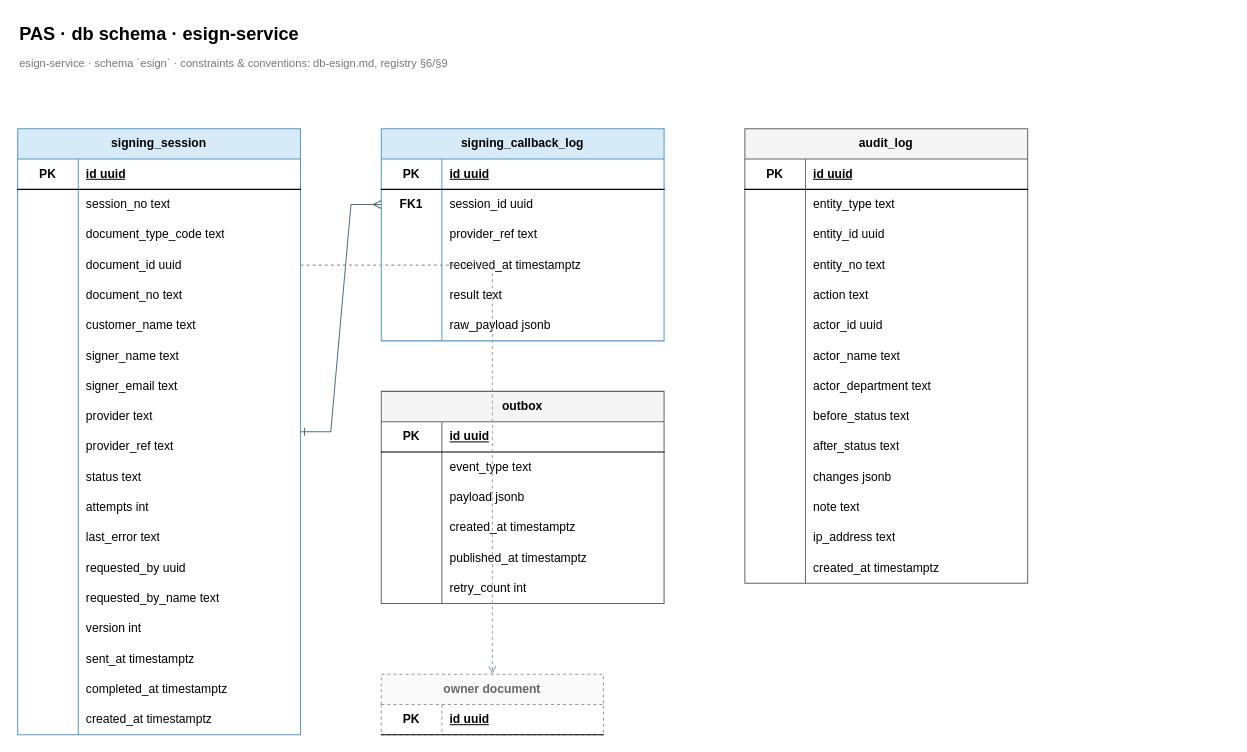
luinor223/pas keeps this draw.io diagram as docs/design/db/db-esign.drawio. Above is the earlier version. Source tidied: cells renumbered, new cells numbered last; positions are measured from the earlier drawing's top-left corner, leaving out a move shared by most shapes. Both pictures are drawn from the tidied source at 101%, with x=0, y=0 at pixel (17, 17).
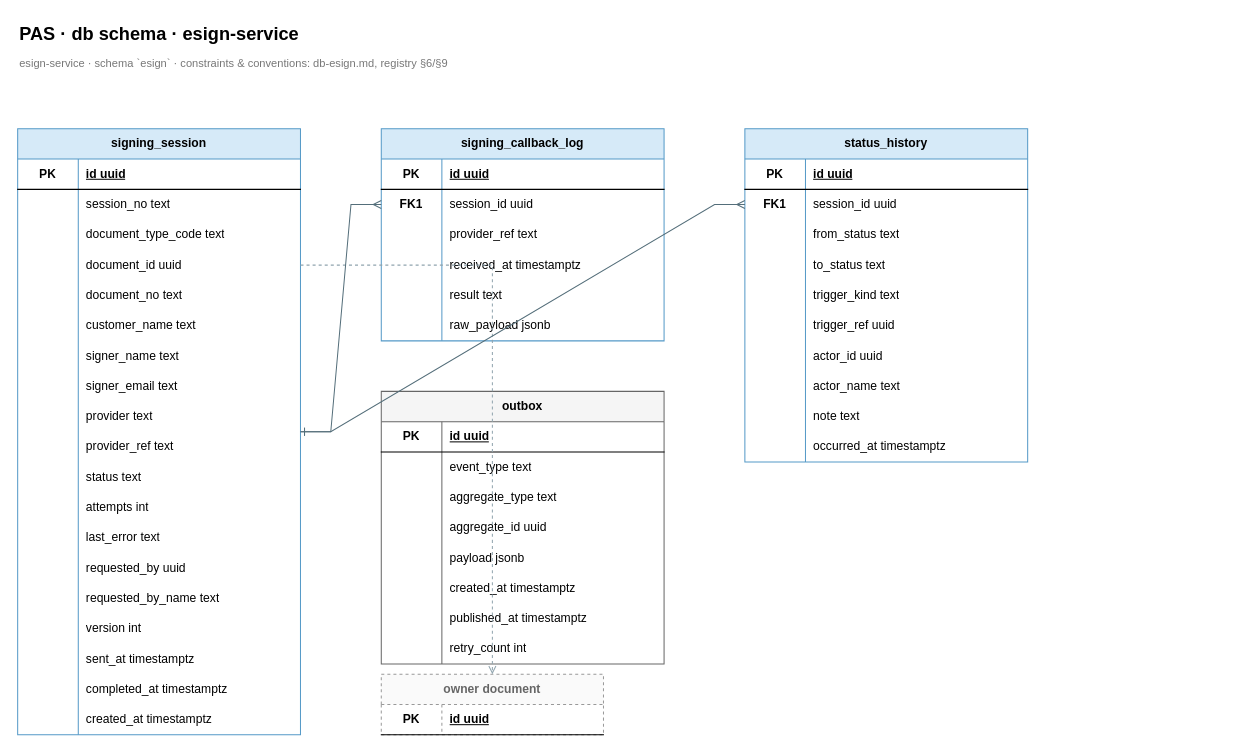
The same page after the edit.

The change refers to these unchanged cells:
```xml
<mxCell id="4" value="signing_session" style="shape=table;startSize=30;childLayout=tableLayout;rowLines=0;fontStyle=1;align=center;html=1;whiteSpace=wrap;fillColor=#d6eaf8;strokeColor=#5499c7;" parent="1" vertex="1">
  <mxGeometry y="110" width="280" height="600" as="geometry" />
</mxCell>
<mxCell id="88" style="shape=tableRow;horizontal=0;startSize=0;swimlaneHead=0;swimlaneBody=0;fillColor=none;top=0;left=0;right=0;bottom=0;html=1;" parent="81" vertex="1">
  <mxGeometry y="90" width="280" height="30" as="geometry" />
</mxCell>
<mxCell id="91" style="shape=tableRow;horizontal=0;startSize=0;swimlaneHead=0;swimlaneBody=0;fillColor=none;top=0;left=0;right=0;bottom=0;html=1;" parent="81" vertex="1">
  <mxGeometry y="120" width="280" height="30" as="geometry" />
</mxCell>
<mxCell id="94" style="shape=tableRow;horizontal=0;startSize=0;swimlaneHead=0;swimlaneBody=0;fillColor=none;top=0;left=0;right=0;bottom=0;html=1;" parent="81" vertex="1">
  <mxGeometry y="150" width="280" height="30" as="geometry" />
</mxCell>
<mxCell id="97" style="shape=tableRow;horizontal=0;startSize=0;swimlaneHead=0;swimlaneBody=0;fillColor=none;top=0;left=0;right=0;bottom=0;html=1;" parent="81" vertex="1">
  <mxGeometry y="180" width="280" height="30" as="geometry" />
</mxCell>
```

Diff of the diagram source:
```diff
@@
     <mxCell id="81" value="outbox" style="shape=table;startSize=30;childLayout=tableLayout;rowLines=0;fontStyle=1;align=center;html=1;whiteSpace=wrap;fillColor=#f5f5f5;strokeColor=#666666;" parent="1" vertex="1">
-      <mxGeometry x="360" y="370" width="280" height="210" as="geometry" />
+      <mxGeometry x="360" y="370" width="280" height="270" as="geometry" />
     </mxCell>
@@
-    <mxCell id="90" value="payload jsonb" style="shape=partialRectangle;fillColor=none;top=0;left=0;bottom=0;right=0;align=left;spacingLeft=6;overflow=hidden;whiteSpace=wrap;html=1;" parent="88" vertex="1">
+    <mxCell id="90" value="aggregate_type text" style="shape=partialRectangle;fillColor=none;top=0;left=0;bottom=0;right=0;align=left;spacingLeft=6;overflow=hidden;whiteSpace=wrap;html=1;" parent="88" vertex="1">
       <mxGeometry x="60" width="220" height="30" as="geometry" />
     </mxCell>
@@
-    <mxCell id="93" value="created_at timestamptz" style="shape=partialRectangle;fillColor=none;top=0;left=0;bottom=0;right=0;align=left;spacingLeft=6;overflow=hidden;whiteSpace=wrap;html=1;" parent="91" vertex="1">
+    <mxCell id="93" value="aggregate_id uuid" style="shape=partialRectangle;fillColor=none;top=0;left=0;bottom=0;right=0;align=left;spacingLeft=6;overflow=hidden;whiteSpace=wrap;html=1;" parent="91" vertex="1">
       <mxGeometry x="60" width="220" height="30" as="geometry" />
     </mxCell>
@@
-    <mxCell id="96" value="published_at timestamptz" style="shape=partialRectangle;fillColor=none;top=0;left=0;bottom=0;right=0;align=left;spacingLeft=6;overflow=hidden;whiteSpace=wrap;html=1;" parent="94" vertex="1">
+    <mxCell id="96" value="payload jsonb" style="shape=partialRectangle;fillColor=none;top=0;left=0;bottom=0;right=0;align=left;spacingLeft=6;overflow=hidden;whiteSpace=wrap;html=1;" parent="94" vertex="1">
       <mxGeometry x="60" width="220" height="30" as="geometry" />
     </mxCell>
@@
-    <mxCell id="99" value="retry_count int" style="shape=partialRectangle;fillColor=none;top=0;left=0;bottom=0;right=0;align=left;spacingLeft=6;overflow=hidden;whiteSpace=wrap;html=1;" parent="97" vertex="1">
+    <mxCell id="99" value="created_at timestamptz" style="shape=partialRectangle;fillColor=none;top=0;left=0;bottom=0;right=0;align=left;spacingLeft=6;overflow=hidden;whiteSpace=wrap;html=1;" parent="97" vertex="1">
       <mxGeometry x="60" width="220" height="30" as="geometry" />
     </mxCell>
-    <mxCell id="100" value="audit_log" style="shape=table;startSize=30;childLayout=tableLayout;rowLines=0;fontStyle=1;align=center;html=1;whiteSpace=wrap;fillColor=#f5f5f5;strokeColor=#666666;" parent="1" vertex="1">
-      <mxGeometry x="720" y="110" width="280" height="450" as="geometry" />
-    </mxCell>
+    <mxCell id="149" style="shape=tableRow;horizontal=0;startSize=0;swimlaneHead=0;swimlaneBody=0;fillColor=none;top=0;left=0;right=0;bottom=0;html=1;" parent="81" vertex="1">
+      <mxGeometry y="210" width="280" height="30" as="geometry" />
+    </mxCell>
+    <mxCell id="150" style="shape=partialRectangle;fillColor=none;top=0;left=0;bottom=0;right=0;fontStyle=1;overflow=hidden;whiteSpace=wrap;html=1;" parent="149" vertex="1">
+      <mxGeometry width="60" height="30" as="geometry" />
+    </mxCell>
+    <mxCell id="151" value="published_at timestamptz" style="shape=partialRectangle;fillColor=none;top=0;left=0;bottom=0;right=0;align=left;spacingLeft=6;overflow=hidden;whiteSpace=wrap;html=1;" parent="149" vertex="1">
+      <mxGeometry x="60" width="220" height="30" as="geometry" />
+    </mxCell>
+    <mxCell id="152" style="shape=tableRow;horizontal=0;startSize=0;swimlaneHead=0;swimlaneBody=0;fillColor=none;top=0;left=0;right=0;bottom=0;html=1;" parent="81" vertex="1">
+      <mxGeometry y="240" width="280" height="30" as="geometry" />
+    </mxCell>
+    <mxCell id="153" style="shape=partialRectangle;fillColor=none;top=0;left=0;bottom=0;right=0;fontStyle=1;overflow=hidden;whiteSpace=wrap;html=1;" parent="152" vertex="1">
+      <mxGeometry width="60" height="30" as="geometry" />
+    </mxCell>
+    <mxCell id="154" value="retry_count int" style="shape=partialRectangle;fillColor=none;top=0;left=0;bottom=0;right=0;align=left;spacingLeft=6;overflow=hidden;whiteSpace=wrap;html=1;" parent="152" vertex="1">
+      <mxGeometry x="60" width="220" height="30" as="geometry" />
+    </mxCell>
+    <mxCell id="155" value="status_history" style="shape=table;startSize=30;childLayout=tableLayout;rowLines=0;fontStyle=1;align=center;html=1;whiteSpace=wrap;fillColor=#d6eaf8;strokeColor=#5499c7;" parent="1" vertex="1">
+      <mxGeometry x="720" y="110" width="280" height="330" as="geometry" />
+    </mxCell>
-    <mxCell id="101" style="shape=tableRow;horizontal=0;startSize=0;swimlaneHead=0;swimlaneBody=0;fillColor=none;top=0;left=0;right=0;bottom=1;html=1;" parent="100" vertex="1">
+    <mxCell id="101" style="shape=tableRow;horizontal=0;startSize=0;swimlaneHead=0;swimlaneBody=0;fillColor=none;top=0;left=0;right=0;bottom=1;html=1;" parent="155" vertex="1">
       <mxGeometry y="30" width="280" height="30" as="geometry" />
     </mxCell>
@@
-    <mxCell id="104" style="shape=tableRow;horizontal=0;startSize=0;swimlaneHead=0;swimlaneBody=0;fillColor=none;points=[[0,0.5],[1,0.5]];portConstraint=eastwest;top=0;left=0;right=0;bottom=0;html=1;" parent="100" vertex="1">
+    <mxCell id="104" style="shape=tableRow;horizontal=0;startSize=0;swimlaneHead=0;swimlaneBody=0;fillColor=none;points=[[0,0.5],[1,0.5]];portConstraint=eastwest;top=0;left=0;right=0;bottom=0;html=1;" parent="155" vertex="1">
       <mxGeometry y="60" width="280" height="30" as="geometry" />
     </mxCell>
-    <mxCell id="105" style="shape=partialRectangle;fillColor=none;top=0;left=0;bottom=0;right=0;fontStyle=1;overflow=hidden;whiteSpace=wrap;html=1;" parent="104" vertex="1">
-      <mxGeometry width="60" height="30" as="geometry" />
-    </mxCell>
-    <mxCell id="106" value="entity_type text" style="shape=partialRectangle;fillColor=none;top=0;left=0;bottom=0;right=0;align=left;spacingLeft=6;overflow=hidden;whiteSpace=wrap;html=1;" parent="104" vertex="1">
-      <mxGeometry x="60" width="220" height="30" as="geometry" />
-    </mxCell>
+    <mxCell id="156" value="FK1" style="shape=partialRectangle;fillColor=none;top=0;left=0;bottom=0;right=0;fontStyle=1;overflow=hidden;whiteSpace=wrap;html=1;" parent="104" vertex="1">
+      <mxGeometry width="60" height="30" as="geometry" />
+    </mxCell>
+    <mxCell id="157" value="session_id uuid" style="shape=partialRectangle;fillColor=none;top=0;left=0;bottom=0;right=0;align=left;spacingLeft=6;overflow=hidden;whiteSpace=wrap;html=1;" parent="104" vertex="1">
+      <mxGeometry x="60" width="220" height="30" as="geometry" />
+    </mxCell>
-    <mxCell id="107" style="shape=tableRow;horizontal=0;startSize=0;swimlaneHead=0;swimlaneBody=0;fillColor=none;top=0;left=0;right=0;bottom=0;html=1;" parent="100" vertex="1">
+    <mxCell id="107" style="shape=tableRow;horizontal=0;startSize=0;swimlaneHead=0;swimlaneBody=0;fillColor=none;top=0;left=0;right=0;bottom=0;html=1;" parent="155" vertex="1">
       <mxGeometry y="90" width="280" height="30" as="geometry" />
     </mxCell>
-    <mxCell id="108" style="shape=partialRectangle;fillColor=none;top=0;left=0;bottom=0;right=0;fontStyle=1;overflow=hidden;whiteSpace=wrap;html=1;" parent="107" vertex="1">
-      <mxGeometry width="60" height="30" as="geometry" />
-    </mxCell>
-    <mxCell id="109" value="entity_id uuid" style="shape=partialRectangle;fillColor=none;top=0;left=0;bottom=0;right=0;align=left;spacingLeft=6;overflow=hidden;whiteSpace=wrap;html=1;" parent="107" vertex="1">
-      <mxGeometry x="60" width="220" height="30" as="geometry" />
-    </mxCell>
+    <mxCell id="158" style="shape=partialRectangle;fillColor=none;top=0;left=0;bottom=0;right=0;fontStyle=1;overflow=hidden;whiteSpace=wrap;html=1;" parent="107" vertex="1">
+      <mxGeometry width="60" height="30" as="geometry" />
+    </mxCell>
+    <mxCell id="159" value="from_status text" style="shape=partialRectangle;fillColor=none;top=0;left=0;bottom=0;right=0;align=left;spacingLeft=6;overflow=hidden;whiteSpace=wrap;html=1;" parent="107" vertex="1">
+      <mxGeometry x="60" width="220" height="30" as="geometry" />
+    </mxCell>
-    <mxCell id="110" style="shape=tableRow;horizontal=0;startSize=0;swimlaneHead=0;swimlaneBody=0;fillColor=none;top=0;left=0;right=0;bottom=0;html=1;" parent="100" vertex="1">
+    <mxCell id="110" style="shape=tableRow;horizontal=0;startSize=0;swimlaneHead=0;swimlaneBody=0;fillColor=none;top=0;left=0;right=0;bottom=0;html=1;" parent="155" vertex="1">
       <mxGeometry y="120" width="280" height="30" as="geometry" />
     </mxCell>
-    <mxCell id="111" style="shape=partialRectangle;fillColor=none;top=0;left=0;bottom=0;right=0;fontStyle=1;overflow=hidden;whiteSpace=wrap;html=1;" parent="110" vertex="1">
-      <mxGeometry width="60" height="30" as="geometry" />
-    </mxCell>
-    <mxCell id="112" value="entity_no text" style="shape=partialRectangle;fillColor=none;top=0;left=0;bottom=0;right=0;align=left;spacingLeft=6;overflow=hidden;whiteSpace=wrap;html=1;" parent="110" vertex="1">
-      <mxGeometry x="60" width="220" height="30" as="geometry" />
-    </mxCell>
+    <mxCell id="160" style="shape=partialRectangle;fillColor=none;top=0;left=0;bottom=0;right=0;fontStyle=1;overflow=hidden;whiteSpace=wrap;html=1;" parent="110" vertex="1">
+      <mxGeometry width="60" height="30" as="geometry" />
+    </mxCell>
+    <mxCell id="161" value="to_status text" style="shape=partialRectangle;fillColor=none;top=0;left=0;bottom=0;right=0;align=left;spacingLeft=6;overflow=hidden;whiteSpace=wrap;html=1;" parent="110" vertex="1">
+      <mxGeometry x="60" width="220" height="30" as="geometry" />
+    </mxCell>
-    <mxCell id="113" style="shape=tableRow;horizontal=0;startSize=0;swimlaneHead=0;swimlaneBody=0;fillColor=none;top=0;left=0;right=0;bottom=0;html=1;" parent="100" vertex="1">
+    <mxCell id="113" style="shape=tableRow;horizontal=0;startSize=0;swimlaneHead=0;swimlaneBody=0;fillColor=none;top=0;left=0;right=0;bottom=0;html=1;" parent="155" vertex="1">
       <mxGeometry y="150" width="280" height="30" as="geometry" />
     </mxCell>
-    <mxCell id="114" style="shape=partialRectangle;fillColor=none;top=0;left=0;bottom=0;right=0;fontStyle=1;overflow=hidden;whiteSpace=wrap;html=1;" parent="113" vertex="1">
-      <mxGeometry width="60" height="30" as="geometry" />
-    </mxCell>
-    <mxCell id="115" value="action text" style="shape=partialRectangle;fillColor=none;top=0;left=0;bottom=0;right=0;align=left;spacingLeft=6;overflow=hidden;whiteSpace=wrap;html=1;" parent="113" vertex="1">
-      <mxGeometry x="60" width="220" height="30" as="geometry" />
-    </mxCell>
+    <mxCell id="162" style="shape=partialRectangle;fillColor=none;top=0;left=0;bottom=0;right=0;fontStyle=1;overflow=hidden;whiteSpace=wrap;html=1;" parent="113" vertex="1">
+      <mxGeometry width="60" height="30" as="geometry" />
+    </mxCell>
+    <mxCell id="163" value="trigger_kind text" style="shape=partialRectangle;fillColor=none;top=0;left=0;bottom=0;right=0;align=left;spacingLeft=6;overflow=hidden;whiteSpace=wrap;html=1;" parent="113" vertex="1">
+      <mxGeometry x="60" width="220" height="30" as="geometry" />
+    </mxCell>
-    <mxCell id="116" style="shape=tableRow;horizontal=0;startSize=0;swimlaneHead=0;swimlaneBody=0;fillColor=none;top=0;left=0;right=0;bottom=0;html=1;" parent="100" vertex="1">
+    <mxCell id="116" style="shape=tableRow;horizontal=0;startSize=0;swimlaneHead=0;swimlaneBody=0;fillColor=none;top=0;left=0;right=0;bottom=0;html=1;" parent="155" vertex="1">
       <mxGeometry y="180" width="280" height="30" as="geometry" />
     </mxCell>
-    <mxCell id="117" style="shape=partialRectangle;fillColor=none;top=0;left=0;bottom=0;right=0;fontStyle=1;overflow=hidden;whiteSpace=wrap;html=1;" parent="116" vertex="1">
-      <mxGeometry width="60" height="30" as="geometry" />
-    </mxCell>
+    <mxCell id="164" style="shape=partialRectangle;fillColor=none;top=0;left=0;bottom=0;right=0;fontStyle=1;overflow=hidden;whiteSpace=wrap;html=1;" parent="116" vertex="1">
+      <mxGeometry width="60" height="30" as="geometry" />
+    </mxCell>
+    <mxCell id="165" value="trigger_ref uuid" style="shape=partialRectangle;fillColor=none;top=0;left=0;bottom=0;right=0;align=left;spacingLeft=6;overflow=hidden;whiteSpace=wrap;html=1;" parent="116" vertex="1">
+      <mxGeometry x="60" width="220" height="30" as="geometry" />
+    </mxCell>
+    <mxCell id="166" style="shape=tableRow;horizontal=0;startSize=0;swimlaneHead=0;swimlaneBody=0;fillColor=none;top=0;left=0;right=0;bottom=0;html=1;" parent="155" vertex="1">
+      <mxGeometry y="210" width="280" height="30" as="geometry" />
+    </mxCell>
+    <mxCell id="167" style="shape=partialRectangle;fillColor=none;top=0;left=0;bottom=0;right=0;fontStyle=1;overflow=hidden;whiteSpace=wrap;html=1;" parent="166" vertex="1">
+      <mxGeometry width="60" height="30" as="geometry" />
+    </mxCell>
-    <mxCell id="118" value="actor_id uuid" style="shape=partialRectangle;fillColor=none;top=0;left=0;bottom=0;right=0;align=left;spacingLeft=6;overflow=hidden;whiteSpace=wrap;html=1;" parent="116" vertex="1">
+    <mxCell id="118" value="actor_id uuid" style="shape=partialRectangle;fillColor=none;top=0;left=0;bottom=0;right=0;align=left;spacingLeft=6;overflow=hidden;whiteSpace=wrap;html=1;" parent="166" vertex="1">
       <mxGeometry x="60" width="220" height="30" as="geometry" />
     </mxCell>
-    <mxCell id="119" style="shape=tableRow;horizontal=0;startSize=0;swimlaneHead=0;swimlaneBody=0;fillColor=none;top=0;left=0;right=0;bottom=0;html=1;" parent="100" vertex="1">
-      <mxGeometry y="210" width="280" height="30" as="geometry" />
-    </mxCell>
-    <mxCell id="120" style="shape=partialRectangle;fillColor=none;top=0;left=0;bottom=0;right=0;fontStyle=1;overflow=hidden;whiteSpace=wrap;html=1;" parent="119" vertex="1">
-      <mxGeometry width="60" height="30" as="geometry" />
-    </mxCell>
+    <mxCell id="168" style="shape=tableRow;horizontal=0;startSize=0;swimlaneHead=0;swimlaneBody=0;fillColor=none;top=0;left=0;right=0;bottom=0;html=1;" parent="155" vertex="1">
+      <mxGeometry y="240" width="280" height="30" as="geometry" />
+    </mxCell>
+    <mxCell id="169" style="shape=partialRectangle;fillColor=none;top=0;left=0;bottom=0;right=0;fontStyle=1;overflow=hidden;whiteSpace=wrap;html=1;" parent="168" vertex="1">
+      <mxGeometry width="60" height="30" as="geometry" />
+    </mxCell>
-    <mxCell id="121" value="actor_name text" style="shape=partialRectangle;fillColor=none;top=0;left=0;bottom=0;right=0;align=left;spacingLeft=6;overflow=hidden;whiteSpace=wrap;html=1;" parent="119" vertex="1">
+    <mxCell id="121" value="actor_name text" style="shape=partialRectangle;fillColor=none;top=0;left=0;bottom=0;right=0;align=left;spacingLeft=6;overflow=hidden;whiteSpace=wrap;html=1;" parent="168" vertex="1">
       <mxGeometry x="60" width="220" height="30" as="geometry" />
     </mxCell>
-    <mxCell id="122" style="shape=tableRow;horizontal=0;startSize=0;swimlaneHead=0;swimlaneBody=0;fillColor=none;top=0;left=0;right=0;bottom=0;html=1;" parent="100" vertex="1">
-      <mxGeometry y="240" width="280" height="30" as="geometry" />
-    </mxCell>
-    <mxCell id="123" style="shape=partialRectangle;fillColor=none;top=0;left=0;bottom=0;right=0;fontStyle=1;overflow=hidden;whiteSpace=wrap;html=1;" parent="122" vertex="1">
-      <mxGeometry width="60" height="30" as="geometry" />
-    </mxCell>
-    <mxCell id="124" value="actor_department text" style="shape=partialRectangle;fillColor=none;top=0;left=0;bottom=0;right=0;align=left;spacingLeft=6;overflow=hidden;whiteSpace=wrap;html=1;" parent="122" vertex="1">
-      <mxGeometry x="60" width="220" height="30" as="geometry" />
-    </mxCell>
-    <mxCell id="125" style="shape=tableRow;horizontal=0;startSize=0;swimlaneHead=0;swimlaneBody=0;fillColor=none;top=0;left=0;right=0;bottom=0;html=1;" parent="100" vertex="1">
+    <mxCell id="125" style="shape=tableRow;horizontal=0;startSize=0;swimlaneHead=0;swimlaneBody=0;fillColor=none;top=0;left=0;right=0;bottom=0;html=1;" parent="155" vertex="1">
       <mxGeometry y="270" width="280" height="30" as="geometry" />
     </mxCell>
-    <mxCell id="126" style="shape=partialRectangle;fillColor=none;top=0;left=0;bottom=0;right=0;fontStyle=1;overflow=hidden;whiteSpace=wrap;html=1;" parent="125" vertex="1">
-      <mxGeometry width="60" height="30" as="geometry" />
-    </mxCell>
-    <mxCell id="127" value="before_status text" style="shape=partialRectangle;fillColor=none;top=0;left=0;bottom=0;right=0;align=left;spacingLeft=6;overflow=hidden;whiteSpace=wrap;html=1;" parent="125" vertex="1">
-      <mxGeometry x="60" width="220" height="30" as="geometry" />
-    </mxCell>
+    <mxCell id="170" style="shape=partialRectangle;fillColor=none;top=0;left=0;bottom=0;right=0;fontStyle=1;overflow=hidden;whiteSpace=wrap;html=1;" parent="125" vertex="1">
+      <mxGeometry width="60" height="30" as="geometry" />
+    </mxCell>
+    <mxCell id="136" value="note text" style="shape=partialRectangle;fillColor=none;top=0;left=0;bottom=0;right=0;align=left;spacingLeft=6;overflow=hidden;whiteSpace=wrap;html=1;" parent="125" vertex="1">
+      <mxGeometry x="60" width="220" height="30" as="geometry" />
+    </mxCell>
-    <mxCell id="128" style="shape=tableRow;horizontal=0;startSize=0;swimlaneHead=0;swimlaneBody=0;fillColor=none;top=0;left=0;right=0;bottom=0;html=1;" parent="100" vertex="1">
+    <mxCell id="128" style="shape=tableRow;horizontal=0;startSize=0;swimlaneHead=0;swimlaneBody=0;fillColor=none;top=0;left=0;right=0;bottom=0;html=1;" parent="155" vertex="1">
       <mxGeometry y="300" width="280" height="30" as="geometry" />
     </mxCell>
-    <mxCell id="129" style="shape=partialRectangle;fillColor=none;top=0;left=0;bottom=0;right=0;fontStyle=1;overflow=hidden;whiteSpace=wrap;html=1;" parent="128" vertex="1">
-      <mxGeometry width="60" height="30" as="geometry" />
-    </mxCell>
-    <mxCell id="130" value="after_status text" style="shape=partialRectangle;fillColor=none;top=0;left=0;bottom=0;right=0;align=left;spacingLeft=6;overflow=hidden;whiteSpace=wrap;html=1;" parent="128" vertex="1">
-      <mxGeometry x="60" width="220" height="30" as="geometry" />
-    </mxCell>
-    <mxCell id="131" style="shape=tableRow;horizontal=0;startSize=0;swimlaneHead=0;swimlaneBody=0;fillColor=none;top=0;left=0;right=0;bottom=0;html=1;" parent="100" vertex="1">
-      <mxGeometry y="330" width="280" height="30" as="geometry" />
-    </mxCell>
-    <mxCell id="132" style="shape=partialRectangle;fillColor=none;top=0;left=0;bottom=0;right=0;fontStyle=1;overflow=hidden;whiteSpace=wrap;html=1;" parent="131" vertex="1">
-      <mxGeometry width="60" height="30" as="geometry" />
-    </mxCell>
-    <mxCell id="133" value="changes jsonb" style="shape=partialRectangle;fillColor=none;top=0;left=0;bottom=0;right=0;align=left;spacingLeft=6;overflow=hidden;whiteSpace=wrap;html=1;" parent="131" vertex="1">
-      <mxGeometry x="60" width="220" height="30" as="geometry" />
-    </mxCell>
-    <mxCell id="134" style="shape=tableRow;horizontal=0;startSize=0;swimlaneHead=0;swimlaneBody=0;fillColor=none;top=0;left=0;right=0;bottom=0;html=1;" parent="100" vertex="1">
-      <mxGeometry y="360" width="280" height="30" as="geometry" />
-    </mxCell>
-    <mxCell id="135" style="shape=partialRectangle;fillColor=none;top=0;left=0;bottom=0;right=0;fontStyle=1;overflow=hidden;whiteSpace=wrap;html=1;" parent="134" vertex="1">
-      <mxGeometry width="60" height="30" as="geometry" />
-    </mxCell>
-    <mxCell id="136" value="note text" style="shape=partialRectangle;fillColor=none;top=0;left=0;bottom=0;right=0;align=left;spacingLeft=6;overflow=hidden;whiteSpace=wrap;html=1;" parent="134" vertex="1">
-      <mxGeometry x="60" width="220" height="30" as="geometry" />
-    </mxCell>
-    <mxCell id="137" style="shape=tableRow;horizontal=0;startSize=0;swimlaneHead=0;swimlaneBody=0;fillColor=none;top=0;left=0;right=0;bottom=0;html=1;" parent="100" vertex="1">
-      <mxGeometry y="390" width="280" height="30" as="geometry" />
-    </mxCell>
-    <mxCell id="138" style="shape=partialRectangle;fillColor=none;top=0;left=0;bottom=0;right=0;fontStyle=1;overflow=hidden;whiteSpace=wrap;html=1;" parent="137" vertex="1">
-      <mxGeometry width="60" height="30" as="geometry" />
-    </mxCell>
-    <mxCell id="139" value="ip_address text" style="shape=partialRectangle;fillColor=none;top=0;left=0;bottom=0;right=0;align=left;spacingLeft=6;overflow=hidden;whiteSpace=wrap;html=1;" parent="137" vertex="1">
-      <mxGeometry x="60" width="220" height="30" as="geometry" />
-    </mxCell>
-    <mxCell id="140" style="shape=tableRow;horizontal=0;startSize=0;swimlaneHead=0;swimlaneBody=0;fillColor=none;top=0;left=0;right=0;bottom=0;html=1;" parent="100" vertex="1">
-      <mxGeometry y="420" width="280" height="30" as="geometry" />
-    </mxCell>
-    <mxCell id="141" style="shape=partialRectangle;fillColor=none;top=0;left=0;bottom=0;right=0;fontStyle=1;overflow=hidden;whiteSpace=wrap;html=1;" parent="140" vertex="1">
-      <mxGeometry width="60" height="30" as="geometry" />
-    </mxCell>
-    <mxCell id="142" value="created_at timestamptz" style="shape=partialRectangle;fillColor=none;top=0;left=0;bottom=0;right=0;align=left;spacingLeft=6;overflow=hidden;whiteSpace=wrap;html=1;" parent="140" vertex="1">
-      <mxGeometry x="60" width="220" height="30" as="geometry" />
-    </mxCell>
+    <mxCell id="171" style="shape=partialRectangle;fillColor=none;top=0;left=0;bottom=0;right=0;fontStyle=1;overflow=hidden;whiteSpace=wrap;html=1;" parent="128" vertex="1">
+      <mxGeometry width="60" height="30" as="geometry" />
+    </mxCell>
+    <mxCell id="172" value="occurred_at timestamptz" style="shape=partialRectangle;fillColor=none;top=0;left=0;bottom=0;right=0;align=left;spacingLeft=6;overflow=hidden;whiteSpace=wrap;html=1;" parent="128" vertex="1">
+      <mxGeometry x="60" width="220" height="30" as="geometry" />
+    </mxCell>
@@
+    <mxCell id="173" style="edgeStyle=entityRelationEdgeStyle;rounded=0;strokeColor=#546e7a;startArrow=ERmany;startFill=0;endArrow=ERone;endFill=0;fontSize=10;html=1;" parent="1" edge="1" source="104" target="4">
+      <mxGeometry relative="1" as="geometry" />
+    </mxCell>
```
